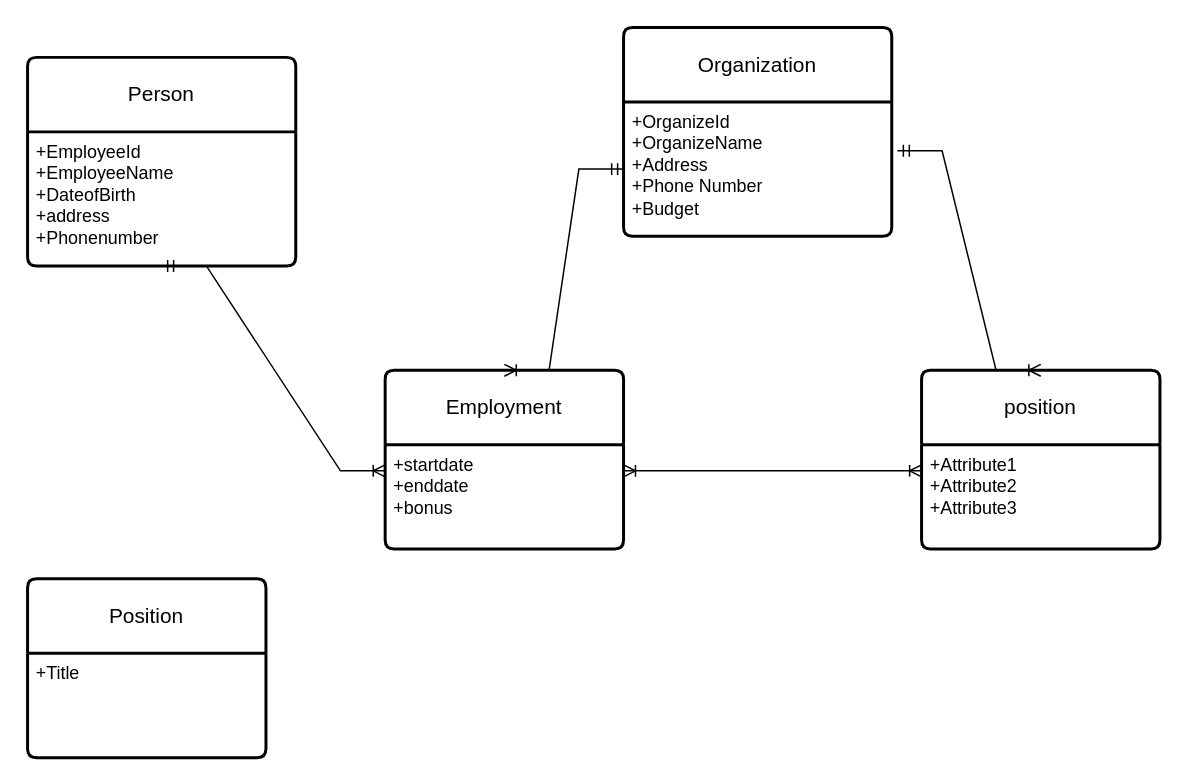
Earlier version of the draw.io diagram Excerise2.drawio (2101140003-ngocminh/new-back-end-project). Source tidied: cells renumbered, new cells numbered last; positions are measured from the earlier drawing's top-left corner, leaving out a move shared by most shapes. Both pictures are drawn from the tidied source at 149%, with x=0, y=0 at pixel (27, 27).
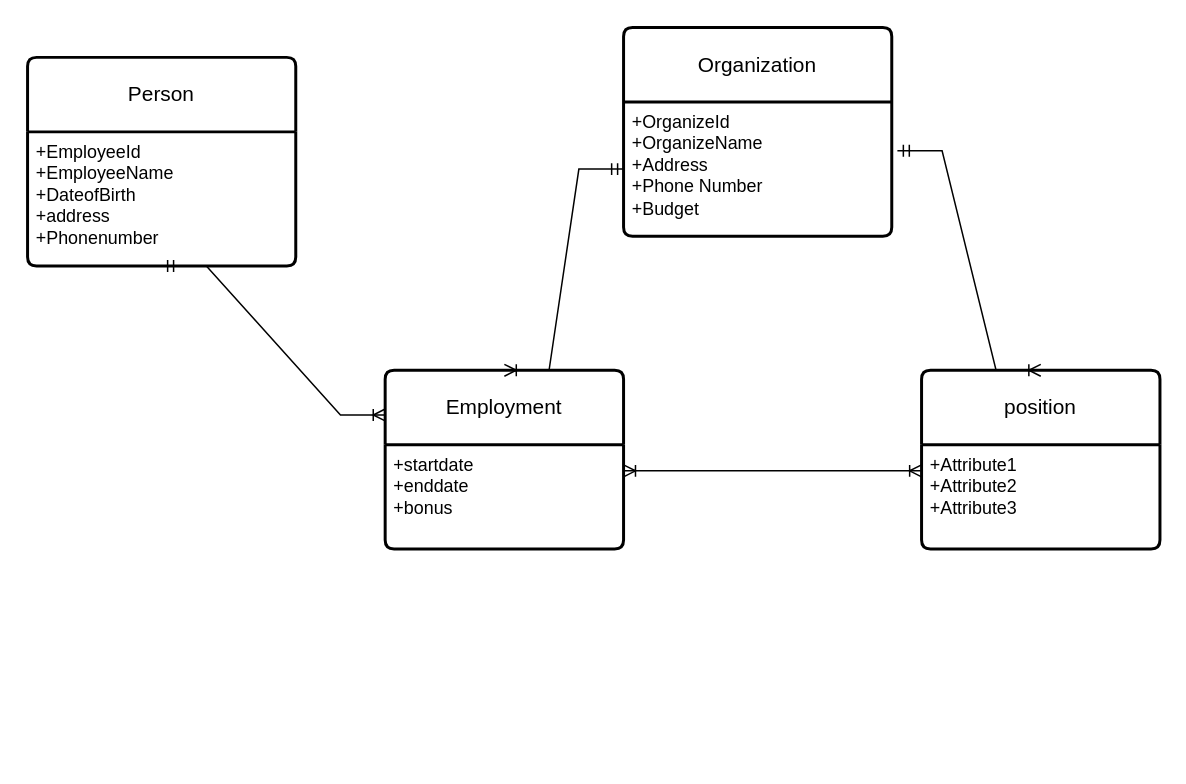
The same page after the edit.

Commit message (it also covers changes not shown here):
Cập nhật Excerise2.drawio

What changed in the source:
```diff
@@
 <mxGraphModel>
   <root>
     <mxCell id="0" />
     <mxCell id="1" parent="0" />
     <mxCell id="2" value="Person" style="swimlane;horizontal=1;startSize=50;rounded=1;fontSize=14;fontStyle=0;strokeWidth=2;shadow=0;dashed=0;align=center;arcSize=4;whiteSpace=wrap;html=1;" parent="1" vertex="1">
       <mxGeometry y="20" width="180" height="140" as="geometry" />
     </mxCell>
     <mxCell id="3" value="+EmployeeId&lt;div&gt;+EmployeeName&lt;/div&gt;&lt;div&gt;+DateofBirth&lt;/div&gt;&lt;div&gt;+address&lt;/div&gt;&lt;div&gt;+Phonenumber&lt;/div&gt;" style="align=left;strokeColor=none;fillColor=none;spacingLeft=4;fontSize=12;verticalAlign=top;html=1;" parent="2" vertex="1">
       <mxGeometry y="50" width="180" height="90" as="geometry" />
     </mxCell>
     <mxCell id="4" value="Organization" style="swimlane;horizontal=1;startSize=50;rounded=1;fontSize=14;fontStyle=0;strokeWidth=2;shadow=0;dashed=0;align=center;arcSize=4;whiteSpace=wrap;html=1;" parent="1" vertex="1">
       <mxGeometry x="400" width="180" height="140" as="geometry" />
     </mxCell>
     <mxCell id="5" value="+OrganizeId&lt;div&gt;+OrganizeName&lt;/div&gt;&lt;div&gt;+Address&lt;/div&gt;&lt;div&gt;+Phone Number&lt;/div&gt;&lt;div&gt;+Budget&lt;/div&gt;" style="align=left;strokeColor=none;fillColor=none;spacingLeft=4;fontSize=12;verticalAlign=top;html=1;" parent="4" vertex="1">
       <mxGeometry y="50" width="180" height="90" as="geometry" />
     </mxCell>
-    <mxCell id="6" value="Position" style="swimlane;horizontal=1;startSize=50;rounded=1;fontSize=14;fontStyle=0;strokeWidth=2;shadow=0;dashed=0;align=center;arcSize=4;whiteSpace=wrap;html=1;" parent="1" vertex="1">
-      <mxGeometry y="370" width="160" height="120" as="geometry" />
-    </mxCell>
-    <mxCell id="7" value="+Title" style="align=left;strokeColor=none;fillColor=none;spacingLeft=4;fontSize=12;verticalAlign=top;html=1;" parent="6" vertex="1">
-      <mxGeometry y="50" width="160" height="70" as="geometry" />
-    </mxCell>
     <mxCell id="8" value="Employment" style="swimlane;horizontal=1;startSize=50;rounded=1;fontSize=14;fontStyle=0;strokeWidth=2;shadow=0;dashed=0;align=center;arcSize=4;whiteSpace=wrap;html=1;" parent="1" vertex="1">
       <mxGeometry x="240" y="230" width="160" height="120" as="geometry" />
     </mxCell>
     <mxCell id="9" value="+startdate&lt;div&gt;+enddate&lt;/div&gt;&lt;div&gt;+bonus&lt;/div&gt;" style="align=left;strokeColor=none;fillColor=none;spacingLeft=4;fontSize=12;verticalAlign=top;html=1;" parent="8" vertex="1">
       <mxGeometry y="50" width="160" height="70" as="geometry" />
     </mxCell>
     <mxCell id="10" style="edgeStyle=entityRelationEdgeStyle;fontSize=12;html=1;endArrow=ERoneToMany;startArrow=ERmandOne;rounded=0;entryX=0.5;entryY=0;entryDx=0;entryDy=0;exitX=0;exitY=0.5;exitDx=0;exitDy=0;" parent="1" edge="1" source="5" target="8">
       <mxGeometry relative="1" as="geometry" />
     </mxCell>
-    <mxCell id="11" style="edgeStyle=entityRelationEdgeStyle;fontSize=12;html=1;endArrow=ERoneToMany;startArrow=ERmandOne;rounded=0;exitX=0.5;exitY=1;exitDx=0;exitDy=0;entryX=0;entryY=0.25;entryDx=0;entryDy=0;" parent="1" edge="1" source="3" target="9">
+    <mxCell id="11" style="edgeStyle=entityRelationEdgeStyle;fontSize=12;html=1;endArrow=ERoneToMany;startArrow=ERmandOne;rounded=0;exitX=0.5;exitY=1;exitDx=0;exitDy=0;entryX=0;entryY=0.25;entryDx=0;entryDy=0;" parent="1" edge="1" source="3" target="8">
       <mxGeometry relative="1" as="geometry">
         <Array as="points">
           <mxPoint x="130" y="360" />
         </Array>
       </mxGeometry>
     </mxCell>
     <mxCell id="12" value="position" style="swimlane;horizontal=1;startSize=50;rounded=1;fontSize=14;fontStyle=0;strokeWidth=2;shadow=0;dashed=0;align=center;arcSize=4;whiteSpace=wrap;html=1;" parent="1" vertex="1">
       <mxGeometry x="600" y="230" width="160" height="120" as="geometry" />
     </mxCell>
     <mxCell id="13" value="+Attribute1&#10;+Attribute2&#10;+Attribute3" style="align=left;strokeColor=none;fillColor=none;spacingLeft=4;fontSize=12;verticalAlign=top;html=1;" parent="12" vertex="1">
       <mxGeometry y="50" width="160" height="70" as="geometry" />
     </mxCell>
     <mxCell id="14" style="edgeStyle=entityRelationEdgeStyle;fontSize=12;html=1;endArrow=ERoneToMany;startArrow=ERmandOne;rounded=0;entryX=0.5;entryY=0;entryDx=0;entryDy=0;exitX=1.021;exitY=0.363;exitDx=0;exitDy=0;exitPerimeter=0;" parent="1" edge="1" source="5" target="12">
       <mxGeometry relative="1" as="geometry" />
     </mxCell>
     <mxCell id="15" style="edgeStyle=entityRelationEdgeStyle;fontSize=12;html=1;endArrow=ERoneToMany;startArrow=ERoneToMany;rounded=0;exitX=1;exitY=0.25;exitDx=0;exitDy=0;entryX=0;entryY=0.25;entryDx=0;entryDy=0;" parent="1" edge="1" source="9" target="13">
       <mxGeometry relative="1" as="geometry">
         <Array as="points">
           <mxPoint x="530" y="270" />
         </Array>
       </mxGeometry>
     </mxCell>
   </root>
 </mxGraphModel>
```
